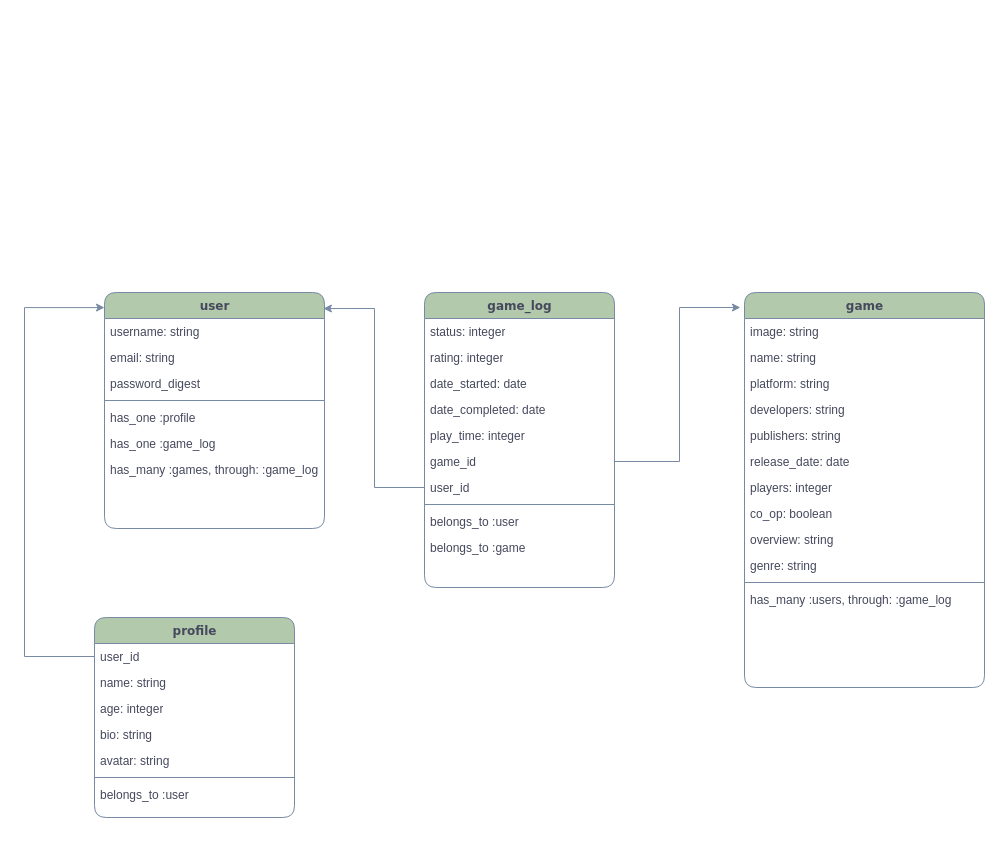
This is ERD_gameVault.drawio from Stelluuh/GameVault, a draw.io file, before an edit. Source tidied: cells renumbered, new cells numbered last; positions are measured from the earlier drawing's top-left corner, leaving out a move shared by most shapes. Both pictures are drawn from the tidied source at 100%, with x=0, y=0 at pixel (24, 292).
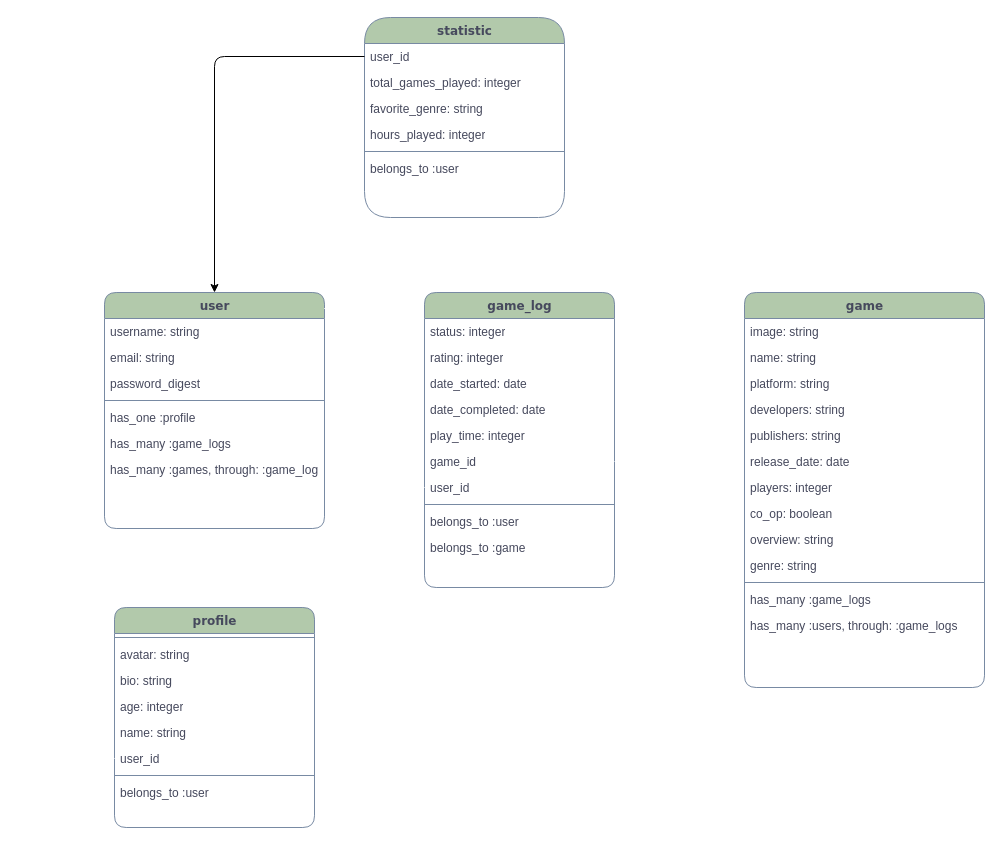
The same diagram, later.

Commit message:
Create statistic Diagram

Unchanged cells that the change refers to:
```xml
<mxCell id="2" value="user" style="swimlane;html=1;fontStyle=1;align=center;verticalAlign=top;horizontal=1;startSize=26;swimlaneFillColor=#ffffff;rounded=1;shadow=0;comic=0;labelBackgroundColor=none;strokeWidth=1;fillColor=#B2C9AB;fontFamily=Verdana;fontSize=12;strokeColor=#788AA3;fontColor=#46495D;" parent="1" vertex="1">
  <mxGeometry x="80" width="220" height="236" as="geometry" />
</mxCell>
<mxCell id="18" value="game" style="swimlane;html=1;fontStyle=1;align=center;verticalAlign=top;horizontal=1;startSize=26;swimlaneFillColor=#ffffff;rounded=1;shadow=0;comic=0;labelBackgroundColor=none;strokeWidth=1;fillColor=#B2C9AB;fontFamily=Verdana;fontSize=12;strokeColor=#788AA3;fontColor=#46495D;" parent="1" vertex="1">
  <mxGeometry x="720" width="240" height="395" as="geometry" />
</mxCell>
<mxCell id="37" value="game_id" style="text;html=1;strokeColor=none;fillColor=none;align=left;verticalAlign=top;spacingLeft=4;spacingRight=4;whiteSpace=wrap;overflow=hidden;points=[[0,0.5],[1,0.5]];portConstraint=eastwest;fontColor=#46495D;rounded=1;labelBackgroundColor=none;" parent="31" vertex="1">
  <mxGeometry y="156" width="190" height="26" as="geometry" />
</mxCell>
<mxCell id="38" value="user_id" style="text;html=1;strokeColor=none;fillColor=none;align=left;verticalAlign=top;spacingLeft=4;spacingRight=4;whiteSpace=wrap;overflow=hidden;points=[[0,0.5],[1,0.5]];portConstraint=eastwest;fontColor=#46495D;rounded=1;labelBackgroundColor=none;" parent="31" vertex="1">
  <mxGeometry y="182" width="190" height="26" as="geometry" />
</mxCell>
```

Change to the diagram source:
```diff
@@
-    <mxCell id="8" value="has_one :game_log" style="text;html=1;strokeColor=none;fillColor=none;align=left;verticalAlign=top;spacingLeft=4;spacingRight=4;whiteSpace=wrap;overflow=hidden;fontColor=#46495D;rounded=1;labelBackgroundColor=none;" parent="2" vertex="1">
+    <mxCell id="8" value="has_many :game_logs" style="text;html=1;strokeColor=none;fillColor=none;align=left;verticalAlign=top;spacingLeft=4;spacingRight=4;whiteSpace=wrap;overflow=hidden;fontColor=#46495D;rounded=1;labelBackgroundColor=none;" parent="2" vertex="1">
       <mxGeometry y="138" width="220" height="26" as="geometry" />
     </mxCell>
@@
     <mxCell id="10" value="profile" style="swimlane;html=1;fontStyle=1;align=center;verticalAlign=top;horizontal=1;startSize=26;swimlaneFillColor=#ffffff;rounded=1;shadow=0;comic=0;labelBackgroundColor=none;strokeWidth=1;fillColor=#B2C9AB;fontFamily=Verdana;fontSize=12;strokeColor=#788AA3;fontColor=#46495D;" parent="1" vertex="1">
-      <mxGeometry x="70" y="325" width="200" height="200" as="geometry" />
+      <mxGeometry x="90" y="315" width="200" height="220" as="geometry" />
     </mxCell>
+    <mxCell id="16" style="line;html=1;strokeWidth=1;fillColor=none;align=left;verticalAlign=middle;spacingTop=-1;spacingLeft=3;spacingRight=3;labelPosition=right;fontColor=#46495D;rounded=1;labelBackgroundColor=none;strokeColor=#788AA3;" parent="10" vertex="1">
+      <mxGeometry y="26" width="200" height="8" as="geometry" />
+    </mxCell>
+    <mxCell id="15" value="avatar: string" style="text;html=1;strokeColor=none;fillColor=none;align=left;verticalAlign=top;spacingLeft=4;spacingRight=4;whiteSpace=wrap;overflow=hidden;fontColor=#46495D;rounded=1;labelBackgroundColor=none;" parent="10" vertex="1">
+      <mxGeometry y="34" width="200" height="26" as="geometry" />
+    </mxCell>
+    <mxCell id="14" value="bio: string" style="text;html=1;strokeColor=none;fillColor=none;align=left;verticalAlign=top;spacingLeft=4;spacingRight=4;whiteSpace=wrap;overflow=hidden;fontColor=#46495D;rounded=1;labelBackgroundColor=none;" parent="10" vertex="1">
+      <mxGeometry y="60" width="200" height="26" as="geometry" />
+    </mxCell>
+    <mxCell id="13" value="age: integer" style="text;html=1;strokeColor=none;fillColor=none;align=left;verticalAlign=top;spacingLeft=4;spacingRight=4;whiteSpace=wrap;overflow=hidden;fontColor=#46495D;rounded=1;labelBackgroundColor=none;" parent="10" vertex="1">
+      <mxGeometry y="86" width="200" height="26" as="geometry" />
+    </mxCell>
+    <mxCell id="12" value="name: string" style="text;html=1;strokeColor=none;fillColor=none;align=left;verticalAlign=top;spacingLeft=4;spacingRight=4;whiteSpace=wrap;overflow=hidden;fontColor=#46495D;rounded=1;labelBackgroundColor=none;" parent="10" vertex="1">
+      <mxGeometry y="112" width="200" height="26" as="geometry" />
+    </mxCell>
     <mxCell id="11" value="user_id" style="text;html=1;strokeColor=none;fillColor=none;align=left;verticalAlign=top;spacingLeft=4;spacingRight=4;whiteSpace=wrap;overflow=hidden;points=[[0,0.5],[1,0.5]];portConstraint=eastwest;fontColor=#46495D;rounded=1;labelBackgroundColor=none;" parent="10" vertex="1">
-      <mxGeometry y="26" width="200" height="26" as="geometry" />
+      <mxGeometry y="138" width="200" height="26" as="geometry" />
     </mxCell>
-    <mxCell id="12" value="name: string" style="text;html=1;strokeColor=none;fillColor=none;align=left;verticalAlign=top;spacingLeft=4;spacingRight=4;whiteSpace=wrap;overflow=hidden;fontColor=#46495D;rounded=1;labelBackgroundColor=none;" parent="10" vertex="1">
-      <mxGeometry y="52" width="200" height="26" as="geometry" />
-    </mxCell>
-    <mxCell id="13" value="age: integer" style="text;html=1;strokeColor=none;fillColor=none;align=left;verticalAlign=top;spacingLeft=4;spacingRight=4;whiteSpace=wrap;overflow=hidden;fontColor=#46495D;rounded=1;labelBackgroundColor=none;" parent="10" vertex="1">
-      <mxGeometry y="78" width="200" height="26" as="geometry" />
-    </mxCell>
-    <mxCell id="14" value="bio: string" style="text;html=1;strokeColor=none;fillColor=none;align=left;verticalAlign=top;spacingLeft=4;spacingRight=4;whiteSpace=wrap;overflow=hidden;fontColor=#46495D;rounded=1;labelBackgroundColor=none;" parent="10" vertex="1">
-      <mxGeometry y="104" width="200" height="26" as="geometry" />
-    </mxCell>
-    <mxCell id="15" value="avatar: string" style="text;html=1;strokeColor=none;fillColor=none;align=left;verticalAlign=top;spacingLeft=4;spacingRight=4;whiteSpace=wrap;overflow=hidden;fontColor=#46495D;rounded=1;labelBackgroundColor=none;" parent="10" vertex="1">
-      <mxGeometry y="130" width="200" height="26" as="geometry" />
-    </mxCell>
-    <mxCell id="16" style="line;html=1;strokeWidth=1;fillColor=none;align=left;verticalAlign=middle;spacingTop=-1;spacingLeft=3;spacingRight=3;labelPosition=right;fontColor=#46495D;rounded=1;labelBackgroundColor=none;strokeColor=#788AA3;" parent="10" vertex="1">
-      <mxGeometry y="156" width="200" height="8" as="geometry" />
-    </mxCell>
+    <mxCell id="45" style="line;html=1;strokeWidth=1;fillColor=none;align=left;verticalAlign=middle;spacingTop=-1;spacingLeft=3;spacingRight=3;labelPosition=right;fontColor=#46495D;rounded=1;labelBackgroundColor=none;strokeColor=#788AA3;" parent="10" vertex="1">
+      <mxGeometry y="164" width="200" height="8" as="geometry" />
+    </mxCell>
     <mxCell id="17" value="belongs_to :user" style="text;html=1;strokeColor=none;fillColor=none;align=left;verticalAlign=top;spacingLeft=4;spacingRight=4;whiteSpace=wrap;overflow=hidden;fontColor=#46495D;rounded=1;labelBackgroundColor=none;" parent="10" vertex="1">
-      <mxGeometry y="164" width="200" height="26" as="geometry" />
+      <mxGeometry y="172" width="200" height="26" as="geometry" />
     </mxCell>
@@
-    <mxCell id="30" value="has_many :users, through: :game_log" style="text;html=1;strokeColor=none;fillColor=none;align=left;verticalAlign=top;spacingLeft=4;spacingRight=4;whiteSpace=wrap;overflow=hidden;fontColor=#46495D;rounded=1;labelBackgroundColor=none;" parent="18" vertex="1">
+    <mxCell id="30" value="has_many :game_logs" style="text;html=1;strokeColor=none;fillColor=none;align=left;verticalAlign=top;spacingLeft=4;spacingRight=4;whiteSpace=wrap;overflow=hidden;fontColor=#46495D;rounded=1;labelBackgroundColor=none;" parent="18" vertex="1">
       <mxGeometry y="294" width="240" height="26" as="geometry" />
     </mxCell>
+    <mxCell id="46" value="has_many :users, through: :game_logs" style="text;html=1;strokeColor=none;fillColor=none;align=left;verticalAlign=top;spacingLeft=4;spacingRight=4;whiteSpace=wrap;overflow=hidden;fontColor=#46495D;rounded=1;labelBackgroundColor=none;" parent="18" vertex="1">
+      <mxGeometry y="320" width="240" height="26" as="geometry" />
+    </mxCell>
@@
-    <mxCell id="42" style="edgeStyle=elbowEdgeStyle;rounded=0;jettySize=auto;html=1;exitX=0;exitY=0.5;exitDx=0;exitDy=0;strokeColor=#788AA3;fontColor=#46495D;fillColor=#B2C9AB;entryX=0;entryY=0.064;entryDx=0;entryDy=0;entryPerimeter=0;" parent="1" edge="1" source="11" target="2">
+    <mxCell id="42" style="edgeStyle=elbowEdgeStyle;rounded=0;jettySize=auto;html=1;exitX=0;exitY=0.5;exitDx=0;exitDy=0;strokeColor=#FFFFFF;fontColor=#46495D;fillColor=#B2C9AB;entryX=0;entryY=0.064;entryDx=0;entryDy=0;entryPerimeter=0;" parent="1" edge="1" source="11" target="2">
       <mxGeometry relative="1" as="geometry">
         <Array as="points">
-          <mxPoint y="195" />
+          <mxPoint x="20" y="245" />
         </Array>
       </mxGeometry>
     </mxCell>
-    <mxCell id="43" style="edgeStyle=orthogonalEdgeStyle;rounded=0;jettySize=auto;html=1;entryX=-0.017;entryY=0.038;entryDx=0;entryDy=0;entryPerimeter=0;strokeColor=#788AA3;fontColor=#46495D;fillColor=#B2C9AB;" parent="1" edge="1" source="37" target="18">
+    <mxCell id="43" style="edgeStyle=orthogonalEdgeStyle;rounded=0;jettySize=auto;html=1;entryX=-0.017;entryY=0.038;entryDx=0;entryDy=0;entryPerimeter=0;strokeColor=#FFFFFF;fontColor=#46495D;fillColor=#B2C9AB;" parent="1" edge="1" source="37" target="18">
       <mxGeometry relative="1" as="geometry" />
     </mxCell>
-    <mxCell id="44" style="edgeStyle=orthogonalEdgeStyle;rounded=0;jettySize=auto;html=1;exitX=0;exitY=0.5;exitDx=0;exitDy=0;entryX=0.995;entryY=0.068;entryDx=0;entryDy=0;entryPerimeter=0;strokeColor=#788AA3;fontColor=#46495D;fillColor=#B2C9AB;" parent="1" edge="1" source="38" target="2">
+    <mxCell id="44" style="edgeStyle=orthogonalEdgeStyle;rounded=0;jettySize=auto;html=1;exitX=0;exitY=0.5;exitDx=0;exitDy=0;entryX=0.995;entryY=0.068;entryDx=0;entryDy=0;entryPerimeter=0;strokeColor=#FFFFFF;fontColor=#46495D;fillColor=#B2C9AB;" parent="1" edge="1" source="38" target="2">
       <mxGeometry relative="1" as="geometry" />
     </mxCell>
+    <mxCell id="47" value="statistic" style="swimlane;html=1;fontStyle=1;align=center;verticalAlign=top;horizontal=1;startSize=26;swimlaneFillColor=#ffffff;rounded=1;shadow=0;comic=0;labelBackgroundColor=none;strokeWidth=1;fillColor=#B2C9AB;fontFamily=Verdana;fontSize=12;strokeColor=#788AA3;fontColor=#46495D;arcSize=50;" parent="1" vertex="1">
+      <mxGeometry x="340" y="-275" width="200" height="200" as="geometry" />
+    </mxCell>
+    <mxCell id="48" value="user_id" style="text;html=1;strokeColor=none;fillColor=none;align=left;verticalAlign=top;spacingLeft=4;spacingRight=4;whiteSpace=wrap;overflow=hidden;points=[[0,0.5],[1,0.5]];portConstraint=eastwest;fontColor=#46495D;rounded=1;labelBackgroundColor=none;" parent="47" vertex="1">
+      <mxGeometry y="26" width="200" height="26" as="geometry" />
+    </mxCell>
+    <mxCell id="49" value="total_games_played: integer" style="text;html=1;strokeColor=none;fillColor=none;align=left;verticalAlign=top;spacingLeft=4;spacingRight=4;whiteSpace=wrap;overflow=hidden;fontColor=#46495D;rounded=1;labelBackgroundColor=none;" parent="47" vertex="1">
+      <mxGeometry y="52" width="200" height="26" as="geometry" />
+    </mxCell>
+    <mxCell id="50" value="favorite_genre: string" style="text;html=1;strokeColor=none;fillColor=none;align=left;verticalAlign=top;spacingLeft=4;spacingRight=4;whiteSpace=wrap;overflow=hidden;fontColor=#46495D;rounded=1;labelBackgroundColor=none;" parent="47" vertex="1">
+      <mxGeometry y="78" width="200" height="26" as="geometry" />
+    </mxCell>
+    <mxCell id="51" value="hours_played: integer" style="text;html=1;strokeColor=none;fillColor=none;align=left;verticalAlign=top;spacingLeft=4;spacingRight=4;whiteSpace=wrap;overflow=hidden;fontColor=#46495D;rounded=1;labelBackgroundColor=none;" parent="47" vertex="1">
+      <mxGeometry y="104" width="200" height="26" as="geometry" />
+    </mxCell>
+    <mxCell id="52" style="line;html=1;strokeWidth=1;fillColor=none;align=left;verticalAlign=middle;spacingTop=-1;spacingLeft=3;spacingRight=3;labelPosition=right;fontColor=#46495D;rounded=1;labelBackgroundColor=none;strokeColor=#788AA3;" parent="47" vertex="1">
+      <mxGeometry y="130" width="200" height="8" as="geometry" />
+    </mxCell>
+    <mxCell id="53" value="belongs_to :user" style="text;html=1;strokeColor=none;fillColor=none;align=left;verticalAlign=top;spacingLeft=4;spacingRight=4;whiteSpace=wrap;overflow=hidden;fontColor=#46495D;rounded=1;labelBackgroundColor=none;" parent="47" vertex="1">
+      <mxGeometry y="138" width="200" height="26" as="geometry" />
+    </mxCell>
+    <mxCell id="54" style="edgeStyle=orthogonalEdgeStyle;html=1;exitX=0;exitY=0.5;exitDx=0;exitDy=0;entryX=0.5;entryY=0;entryDx=0;entryDy=0;" parent="1" edge="1" source="48" target="2">
+      <mxGeometry relative="1" as="geometry" />
+    </mxCell>
```
